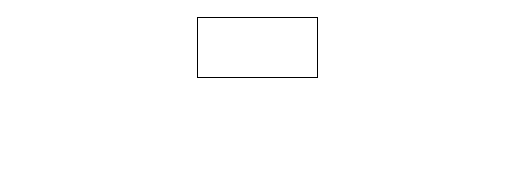
Above: 魔弾秘話.drawio in 77Yoshida77/git-test (draw.io), before the change. Source tidied: cells renumbered, new cells numbered last; positions are measured from the earlier drawing's top-left corner, leaving out a move shared by most shapes. Both pictures are drawn from the tidied source at 100%, with x=0, y=0 at pixel (197, 17).
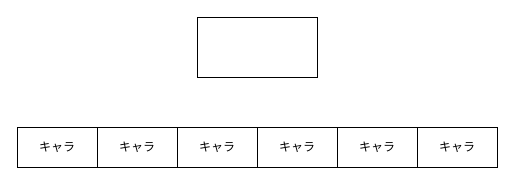
The same page after the edit.

Commit message (it also covers changes not shown here):
魔弾秘話.drawio を更新します

Change to the diagram source:
```diff
@@
 <mxGraphModel>
   <root>
     <mxCell id="0" />
     <mxCell id="1" parent="0" />
     <mxCell id="2" style="rounded=0;whiteSpace=wrap;html=1;" parent="1" vertex="1">
       <mxGeometry width="120" height="60" as="geometry" />
     </mxCell>
+    <mxCell id="3" value="キャラ　" style="rounded=0;whiteSpace=wrap;html=1;" parent="1" vertex="1">
+      <mxGeometry x="-180" y="110" width="80" height="40" as="geometry" />
+    </mxCell>
+    <mxCell id="4" value="キャラ　" style="rounded=0;whiteSpace=wrap;html=1;" parent="1" vertex="1">
+      <mxGeometry x="-100" y="110" width="80" height="40" as="geometry" />
+    </mxCell>
+    <mxCell id="5" value="キャラ　" style="rounded=0;whiteSpace=wrap;html=1;" parent="1" vertex="1">
+      <mxGeometry x="-20" y="110" width="80" height="40" as="geometry" />
+    </mxCell>
+    <mxCell id="6" value="キャラ　" style="rounded=0;whiteSpace=wrap;html=1;" parent="1" vertex="1">
+      <mxGeometry x="60" y="110" width="80" height="40" as="geometry" />
+    </mxCell>
+    <mxCell id="7" value="キャラ　" style="rounded=0;whiteSpace=wrap;html=1;" parent="1" vertex="1">
+      <mxGeometry x="140" y="110" width="80" height="40" as="geometry" />
+    </mxCell>
+    <mxCell id="8" value="キャラ　" style="rounded=0;whiteSpace=wrap;html=1;" parent="1" vertex="1">
+      <mxGeometry x="220" y="110" width="80" height="40" as="geometry" />
+    </mxCell>
   </root>
 </mxGraphModel>
```
